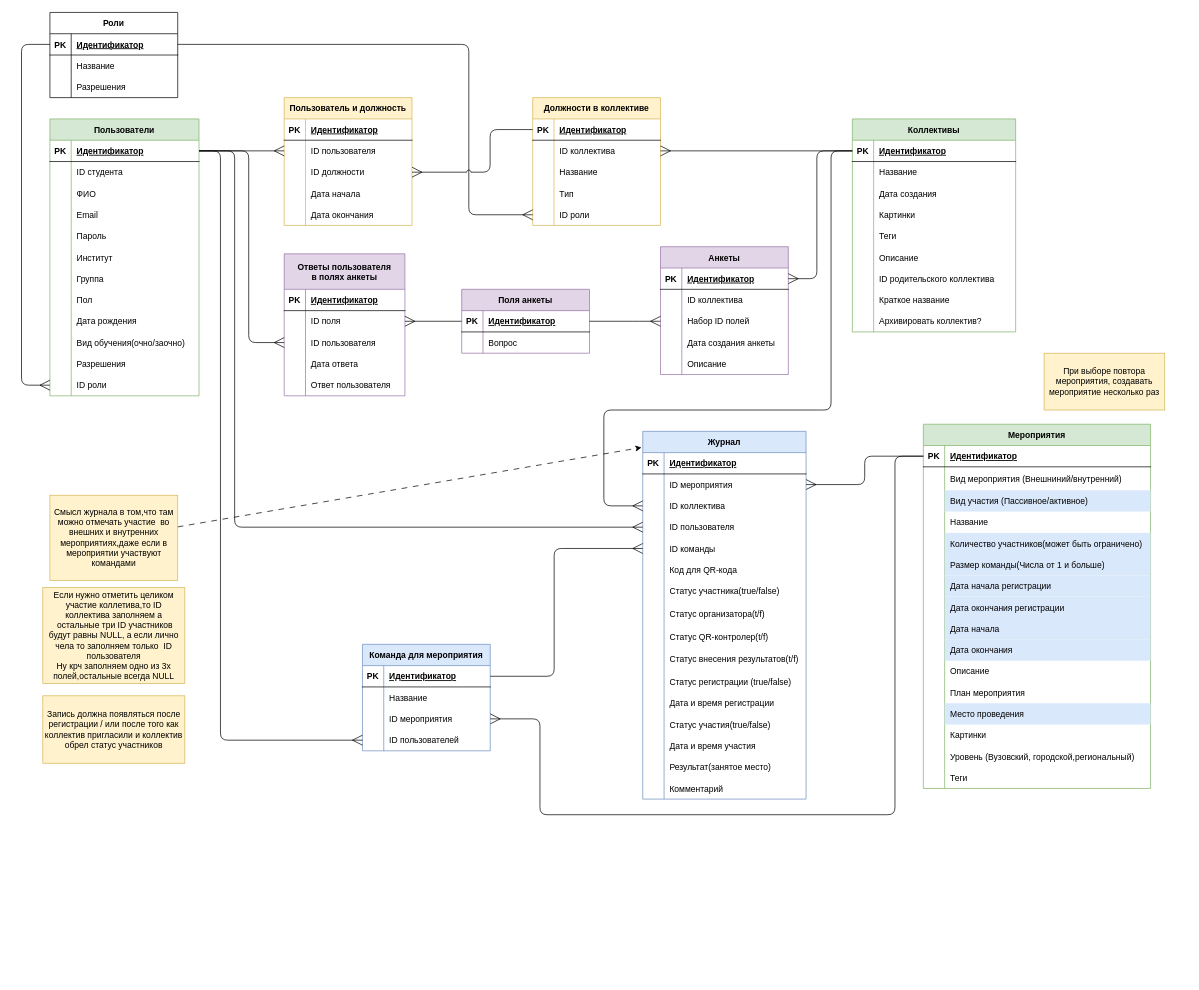
Above: page "Логическая" (1 of 2) of Схема БД.drawio in KomogortsevaYulia/Raiting-Teams-Events (draw.io), before the change. Source tidied: cells renumbered, new cells numbered last; positions are measured from the earlier drawing's top-left corner, leaving out a move shared by most shapes. Both pictures are drawn from the tidied source at 71%, with x=0, y=0 at pixel (21, 12).
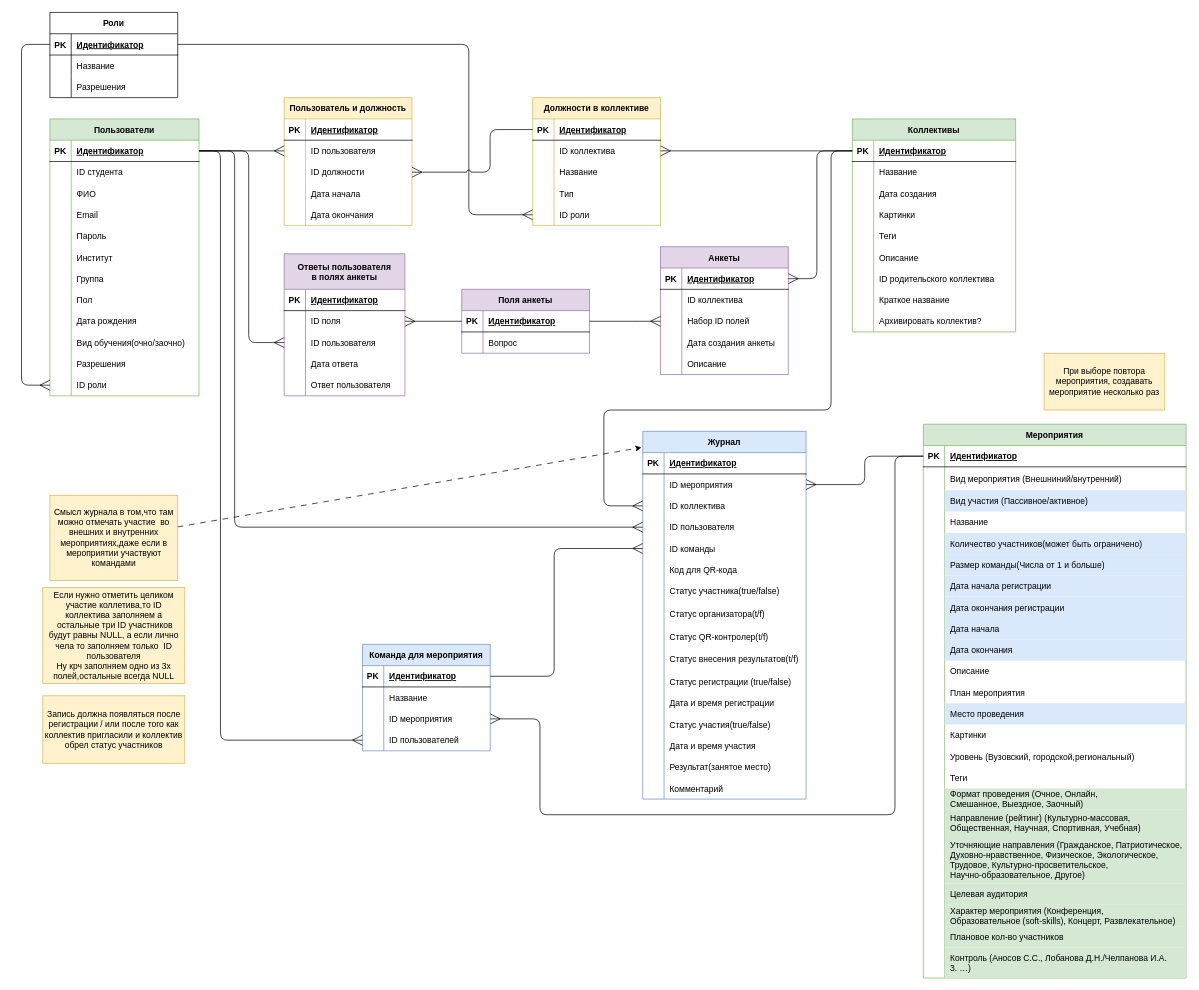
Above is the later version.

Change to the diagram source:
```diff
@@
     <mxCell id="39" value="Мероприятия" style="shape=table;startSize=30;childLayout=tableLayout;rowLines=0;fontStyle=1;align=center;fillColor=#d5e8d4;strokeColor=#82b366;" parent="1" vertex="1">
-      <mxGeometry x="1270" y="580" width="320" height="513" as="geometry" />
+      <mxGeometry x="1270" y="580" width="370" height="780" as="geometry" />
     </mxCell>
     <mxCell id="40" style="shape=tableRow;horizontal=0;startSize=0;swimlaneHead=0;swimlaneBody=0;fillColor=none;points=[[0,0.5],[1,0.5]];portConstraint=eastwest;top=0;left=0;right=0;bottom=1;" parent="39" vertex="1">
-      <mxGeometry y="30" width="320" height="30" as="geometry" />
+      <mxGeometry y="30" width="370" height="30" as="geometry" />
     </mxCell>
@@
     <mxCell id="42" value="Идентификатор" style="shape=partialRectangle;fillColor=none;top=0;left=0;bottom=0;right=0;align=left;spacingLeft=6;fontStyle=5;overflow=hidden;" parent="40" vertex="1">
-      <mxGeometry x="30" width="290" height="30" as="geometry" />
+      <mxGeometry x="30" width="340" height="30" as="geometry" />
     </mxCell>
     <mxCell id="43" style="shape=tableRow;horizontal=0;startSize=0;swimlaneHead=0;swimlaneBody=0;fillColor=none;top=0;left=0;right=0;bottom=0;" parent="39" vertex="1">
-      <mxGeometry y="60" width="320" height="33" as="geometry" />
+      <mxGeometry y="60" width="370" height="33" as="geometry" />
     </mxCell>
@@
     <mxCell id="45" value="Вид мероприятия (Внешниний/внутренний)" style="shape=partialRectangle;fillColor=none;top=0;left=0;bottom=0;right=0;align=left;spacingLeft=6;overflow=hidden;" parent="43" vertex="1">
-      <mxGeometry x="30" width="290" height="33" as="geometry" />
+      <mxGeometry x="30" width="340" height="33" as="geometry" />
     </mxCell>
     <mxCell id="46" style="shape=tableRow;horizontal=0;startSize=0;swimlaneHead=0;swimlaneBody=0;fillColor=none;top=0;left=0;right=0;bottom=0;" parent="39" vertex="1">
-      <mxGeometry y="93" width="320" height="30" as="geometry" />
+      <mxGeometry y="93" width="370" height="30" as="geometry" />
     </mxCell>
@@
     <mxCell id="48" value="Вид участия (Пассивное/активное)" style="shape=partialRectangle;fillColor=#dae8fc;top=0;left=0;bottom=0;right=0;align=left;spacingLeft=6;overflow=hidden;strokeColor=#6c8ebf;" parent="46" vertex="1">
-      <mxGeometry x="30" width="290" height="30" as="geometry" />
+      <mxGeometry x="30" width="340" height="30" as="geometry" />
     </mxCell>
     <mxCell id="49" style="shape=tableRow;horizontal=0;startSize=0;swimlaneHead=0;swimlaneBody=0;fillColor=none;top=0;left=0;right=0;bottom=0;" parent="39" vertex="1">
-      <mxGeometry y="123" width="320" height="30" as="geometry" />
+      <mxGeometry y="123" width="370" height="30" as="geometry" />
     </mxCell>
@@
     <mxCell id="51" value="Название" style="shape=partialRectangle;fillColor=none;top=0;left=0;bottom=0;right=0;align=left;spacingLeft=6;overflow=hidden;" parent="49" vertex="1">
-      <mxGeometry x="30" width="290" height="30" as="geometry" />
+      <mxGeometry x="30" width="340" height="30" as="geometry" />
     </mxCell>
     <mxCell id="52" style="shape=tableRow;horizontal=0;startSize=0;swimlaneHead=0;swimlaneBody=0;fillColor=none;top=0;left=0;right=0;bottom=0;" parent="39" vertex="1">
-      <mxGeometry y="153" width="320" height="30" as="geometry" />
+      <mxGeometry y="153" width="370" height="30" as="geometry" />
     </mxCell>
@@
     <mxCell id="54" value="Количество участников(может быть ограничено)" style="shape=partialRectangle;fillColor=#dae8fc;top=0;left=0;bottom=0;right=0;align=left;spacingLeft=6;overflow=hidden;strokeColor=#6c8ebf;" parent="52" vertex="1">
-      <mxGeometry x="30" width="290" height="30" as="geometry" />
+      <mxGeometry x="30" width="340" height="30" as="geometry" />
     </mxCell>
     <mxCell id="55" style="shape=tableRow;horizontal=0;startSize=0;swimlaneHead=0;swimlaneBody=0;fillColor=none;top=0;left=0;right=0;bottom=0;" parent="39" vertex="1">
-      <mxGeometry y="183" width="320" height="30" as="geometry" />
+      <mxGeometry y="183" width="370" height="30" as="geometry" />
     </mxCell>
@@
     <mxCell id="57" value="Размер команды(Числа от 1 и больше)" style="shape=partialRectangle;fillColor=#dae8fc;top=0;left=0;bottom=0;right=0;align=left;spacingLeft=6;overflow=hidden;strokeColor=#6c8ebf;" parent="55" vertex="1">
-      <mxGeometry x="30" width="290" height="30" as="geometry" />
+      <mxGeometry x="30" width="340" height="30" as="geometry" />
     </mxCell>
     <mxCell id="58" style="shape=tableRow;horizontal=0;startSize=0;swimlaneHead=0;swimlaneBody=0;fillColor=none;top=0;left=0;right=0;bottom=0;" parent="39" vertex="1">
-      <mxGeometry y="213" width="320" height="30" as="geometry" />
+      <mxGeometry y="213" width="370" height="30" as="geometry" />
     </mxCell>
@@
     <mxCell id="60" value="Дата начала регистрации" style="shape=partialRectangle;fillColor=#dae8fc;top=0;left=0;bottom=0;right=0;align=left;spacingLeft=6;overflow=hidden;strokeColor=#6c8ebf;" parent="58" vertex="1">
-      <mxGeometry x="30" width="290" height="30" as="geometry" />
+      <mxGeometry x="30" width="340" height="30" as="geometry" />
     </mxCell>
     <mxCell id="61" style="shape=tableRow;horizontal=0;startSize=0;swimlaneHead=0;swimlaneBody=0;fillColor=none;top=0;left=0;right=0;bottom=0;" parent="39" vertex="1">
-      <mxGeometry y="243" width="320" height="30" as="geometry" />
+      <mxGeometry y="243" width="370" height="30" as="geometry" />
     </mxCell>
@@
     <mxCell id="63" value="Дата окончания регистрации" style="shape=partialRectangle;fillColor=#dae8fc;top=0;left=0;bottom=0;right=0;align=left;spacingLeft=6;overflow=hidden;strokeColor=#6c8ebf;" parent="61" vertex="1">
-      <mxGeometry x="30" width="290" height="30" as="geometry" />
+      <mxGeometry x="30" width="340" height="30" as="geometry" />
     </mxCell>
     <mxCell id="64" style="shape=tableRow;horizontal=0;startSize=0;swimlaneHead=0;swimlaneBody=0;fillColor=none;top=0;left=0;right=0;bottom=0;" parent="39" vertex="1">
-      <mxGeometry y="273" width="320" height="30" as="geometry" />
+      <mxGeometry y="273" width="370" height="30" as="geometry" />
     </mxCell>
@@
     <mxCell id="66" value="Дата начала" style="shape=partialRectangle;fillColor=#dae8fc;top=0;left=0;bottom=0;right=0;align=left;spacingLeft=6;overflow=hidden;strokeColor=#6c8ebf;" parent="64" vertex="1">
-      <mxGeometry x="30" width="290" height="30" as="geometry" />
+      <mxGeometry x="30" width="340" height="30" as="geometry" />
     </mxCell>
     <mxCell id="67" style="shape=tableRow;horizontal=0;startSize=0;swimlaneHead=0;swimlaneBody=0;fillColor=none;top=0;left=0;right=0;bottom=0;" parent="39" vertex="1">
-      <mxGeometry y="303" width="320" height="30" as="geometry" />
+      <mxGeometry y="303" width="370" height="30" as="geometry" />
     </mxCell>
@@
     <mxCell id="69" value="Дата окончания" style="shape=partialRectangle;fillColor=#dae8fc;top=0;left=0;bottom=0;right=0;align=left;spacingLeft=6;overflow=hidden;strokeColor=#6c8ebf;" parent="67" vertex="1">
-      <mxGeometry x="30" width="290" height="30" as="geometry" />
+      <mxGeometry x="30" width="340" height="30" as="geometry" />
     </mxCell>
     <mxCell id="70" style="shape=tableRow;horizontal=0;startSize=0;swimlaneHead=0;swimlaneBody=0;fillColor=none;top=0;left=0;right=0;bottom=0;" parent="39" vertex="1">
-      <mxGeometry y="333" width="320" height="30" as="geometry" />
+      <mxGeometry y="333" width="370" height="30" as="geometry" />
     </mxCell>
@@
     <mxCell id="72" value="Описание" style="shape=partialRectangle;fillColor=none;top=0;left=0;bottom=0;right=0;align=left;spacingLeft=6;overflow=hidden;" parent="70" vertex="1">
-      <mxGeometry x="30" width="290" height="30" as="geometry" />
+      <mxGeometry x="30" width="340" height="30" as="geometry" />
     </mxCell>
     <mxCell id="73" style="shape=tableRow;horizontal=0;startSize=0;swimlaneHead=0;swimlaneBody=0;fillColor=none;top=0;left=0;right=0;bottom=0;" parent="39" vertex="1">
-      <mxGeometry y="363" width="320" height="30" as="geometry" />
+      <mxGeometry y="363" width="370" height="30" as="geometry" />
     </mxCell>
@@
     <mxCell id="75" value="План мероприятия" style="shape=partialRectangle;fillColor=none;top=0;left=0;bottom=0;right=0;align=left;spacingLeft=6;overflow=hidden;" parent="73" vertex="1">
-      <mxGeometry x="30" width="290" height="30" as="geometry" />
+      <mxGeometry x="30" width="340" height="30" as="geometry" />
     </mxCell>
     <mxCell id="76" style="shape=tableRow;horizontal=0;startSize=0;swimlaneHead=0;swimlaneBody=0;fillColor=none;top=0;left=0;right=0;bottom=0;" parent="39" vertex="1">
-      <mxGeometry y="393" width="320" height="30" as="geometry" />
+      <mxGeometry y="393" width="370" height="30" as="geometry" />
     </mxCell>
@@
     <mxCell id="78" value="Место проведения" style="shape=partialRectangle;fillColor=#dae8fc;top=0;left=0;bottom=0;right=0;align=left;spacingLeft=6;overflow=hidden;strokeColor=#6c8ebf;" parent="76" vertex="1">
-      <mxGeometry x="30" width="290" height="30" as="geometry" />
+      <mxGeometry x="30" width="340" height="30" as="geometry" />
     </mxCell>
     <mxCell id="79" style="shape=tableRow;horizontal=0;startSize=0;swimlaneHead=0;swimlaneBody=0;fillColor=none;top=0;left=0;right=0;bottom=0;" parent="39" vertex="1">
-      <mxGeometry y="423" width="320" height="30" as="geometry" />
+      <mxGeometry y="423" width="370" height="30" as="geometry" />
     </mxCell>
@@
     <mxCell id="81" value="Картинки" style="shape=partialRectangle;fillColor=none;top=0;left=0;bottom=0;right=0;align=left;spacingLeft=6;overflow=hidden;" parent="79" vertex="1">
-      <mxGeometry x="30" width="290" height="30" as="geometry" />
+      <mxGeometry x="30" width="340" height="30" as="geometry" />
     </mxCell>
     <mxCell id="82" style="shape=tableRow;horizontal=0;startSize=0;swimlaneHead=0;swimlaneBody=0;fillColor=none;top=0;left=0;right=0;bottom=0;" parent="39" vertex="1">
-      <mxGeometry y="453" width="320" height="30" as="geometry" />
+      <mxGeometry y="453" width="370" height="30" as="geometry" />
     </mxCell>
@@
     <mxCell id="84" value="Уровень (Вузовский, городской,региональный)" style="shape=partialRectangle;fillColor=none;top=0;left=0;bottom=0;right=0;align=left;spacingLeft=6;overflow=hidden;" parent="82" vertex="1">
-      <mxGeometry x="30" width="290" height="30" as="geometry" />
+      <mxGeometry x="30" width="340" height="30" as="geometry" />
     </mxCell>
+    <mxCell id="279" style="shape=tableRow;horizontal=0;startSize=0;swimlaneHead=0;swimlaneBody=0;fillColor=none;top=0;left=0;right=0;bottom=0;" parent="39" vertex="1">
+      <mxGeometry y="483" width="370" height="30" as="geometry" />
+    </mxCell>
+    <mxCell id="280" style="shape=partialRectangle;fillColor=none;top=0;left=0;bottom=0;right=0;overflow=hidden;" parent="279" vertex="1">
+      <mxGeometry width="30" height="30" as="geometry" />
+    </mxCell>
+    <mxCell id="281" value="Теги" style="shape=partialRectangle;fillColor=none;top=0;left=0;bottom=0;right=0;align=left;spacingLeft=6;overflow=hidden;" parent="279" vertex="1">
+      <mxGeometry x="30" width="340" height="30" as="geometry" />
+    </mxCell>
+    <mxCell id="282" style="shape=tableRow;horizontal=0;startSize=0;swimlaneHead=0;swimlaneBody=0;fillColor=none;top=0;left=0;right=0;bottom=0;" parent="39" vertex="1">
+      <mxGeometry y="513" width="370" height="30" as="geometry" />
+    </mxCell>
+    <mxCell id="283" style="shape=partialRectangle;fillColor=none;top=0;left=0;bottom=0;right=0;overflow=hidden;" parent="282" vertex="1">
+      <mxGeometry width="30" height="30" as="geometry" />
+    </mxCell>
+    <mxCell id="284" value="Формат проведения (Очное, Онлайн, &#10;Смешанное, Выездное, Заочный)" style="shape=partialRectangle;fillColor=#d5e8d4;top=0;left=0;bottom=0;right=0;align=left;spacingLeft=6;overflow=hidden;strokeColor=#82b366;" parent="282" vertex="1">
+      <mxGeometry x="30" width="340" height="30" as="geometry" />
+    </mxCell>
+    <mxCell id="285" style="shape=tableRow;horizontal=0;startSize=0;swimlaneHead=0;swimlaneBody=0;fillColor=none;top=0;left=0;right=0;bottom=0;" parent="39" vertex="1">
+      <mxGeometry y="543" width="370" height="37" as="geometry" />
+    </mxCell>
+    <mxCell id="286" style="shape=partialRectangle;fillColor=none;top=0;left=0;bottom=0;right=0;overflow=hidden;" parent="285" vertex="1">
+      <mxGeometry width="30" height="37" as="geometry" />
+    </mxCell>
+    <mxCell id="287" value="Направление (рейтинг) (Культурно-массовая,&#10;Общественная, Научная, Спортивная, Учебная)" style="shape=partialRectangle;fillColor=#d5e8d4;top=0;left=0;bottom=0;right=0;align=left;spacingLeft=6;overflow=hidden;strokeColor=#82b366;" parent="285" vertex="1">
+      <mxGeometry x="30" width="340" height="37" as="geometry" />
+    </mxCell>
+    <mxCell id="288" style="shape=tableRow;horizontal=0;startSize=0;swimlaneHead=0;swimlaneBody=0;fillColor=none;top=0;left=0;right=0;bottom=0;" parent="39" vertex="1">
+      <mxGeometry y="580" width="370" height="67" as="geometry" />
+    </mxCell>
+    <mxCell id="289" style="shape=partialRectangle;fillColor=none;top=0;left=0;bottom=0;right=0;overflow=hidden;" parent="288" vertex="1">
+      <mxGeometry width="30" height="67" as="geometry" />
+    </mxCell>
+    <mxCell id="290" value="Уточняющие направления (Гражданское, Патриотическое,&#10;Духовно-нравственное, Физическое, Экологическое,&#10;Трудовое, Культурно-просветительское, &#10;Научно-образовательное, Другое)" style="shape=partialRectangle;fillColor=#d5e8d4;top=0;left=0;bottom=0;right=0;align=left;spacingLeft=6;overflow=hidden;strokeColor=#82b366;" parent="288" vertex="1">
+      <mxGeometry x="30" width="340" height="67" as="geometry" />
+    </mxCell>
+    <mxCell id="291" style="shape=tableRow;horizontal=0;startSize=0;swimlaneHead=0;swimlaneBody=0;fillColor=none;top=0;left=0;right=0;bottom=0;" parent="39" vertex="1">
+      <mxGeometry y="647" width="370" height="30" as="geometry" />
+    </mxCell>
+    <mxCell id="292" style="shape=partialRectangle;fillColor=none;top=0;left=0;bottom=0;right=0;overflow=hidden;" parent="291" vertex="1">
+      <mxGeometry width="30" height="30" as="geometry" />
+    </mxCell>
+    <mxCell id="293" value="Целевая аудитория" style="shape=partialRectangle;fillColor=#d5e8d4;top=0;left=0;bottom=0;right=0;align=left;spacingLeft=6;overflow=hidden;strokeColor=#82b366;" parent="291" vertex="1">
+      <mxGeometry x="30" width="340" height="30" as="geometry" />
+    </mxCell>
+    <mxCell id="294" style="shape=tableRow;horizontal=0;startSize=0;swimlaneHead=0;swimlaneBody=0;fillColor=none;top=0;left=0;right=0;bottom=0;" parent="39" vertex="1">
+      <mxGeometry y="677" width="370" height="30" as="geometry" />
+    </mxCell>
+    <mxCell id="295" style="shape=partialRectangle;fillColor=none;top=0;left=0;bottom=0;right=0;overflow=hidden;" parent="294" vertex="1">
+      <mxGeometry width="30" height="30" as="geometry" />
+    </mxCell>
+    <mxCell id="296" value="Характер мероприятия (Конференция,&#10;Образовательное (soft-skills), Концерт, Развлекательное)" style="shape=partialRectangle;fillColor=#d5e8d4;top=0;left=0;bottom=0;right=0;align=left;spacingLeft=6;overflow=hidden;strokeColor=#82b366;" parent="294" vertex="1">
+      <mxGeometry x="30" width="340" height="30" as="geometry" />
+    </mxCell>
+    <mxCell id="297" style="shape=tableRow;horizontal=0;startSize=0;swimlaneHead=0;swimlaneBody=0;fillColor=none;top=0;left=0;right=0;bottom=0;" parent="39" vertex="1">
+      <mxGeometry y="707" width="370" height="30" as="geometry" />
+    </mxCell>
+    <mxCell id="298" style="shape=partialRectangle;fillColor=none;top=0;left=0;bottom=0;right=0;overflow=hidden;" parent="297" vertex="1">
+      <mxGeometry width="30" height="30" as="geometry" />
+    </mxCell>
+    <mxCell id="299" value="Плановое кол-во участников" style="shape=partialRectangle;fillColor=#d5e8d4;top=0;left=0;bottom=0;right=0;align=left;spacingLeft=6;overflow=hidden;strokeColor=#82b366;" parent="297" vertex="1">
+      <mxGeometry x="30" width="340" height="30" as="geometry" />
+    </mxCell>
     <mxCell id="85" style="shape=tableRow;horizontal=0;startSize=0;swimlaneHead=0;swimlaneBody=0;fillColor=none;top=0;left=0;right=0;bottom=0;" parent="39" vertex="1">
-      <mxGeometry y="483" width="320" height="30" as="geometry" />
+      <mxGeometry y="737" width="370" height="43" as="geometry" />
     </mxCell>
     <mxCell id="86" style="shape=partialRectangle;fillColor=none;top=0;left=0;bottom=0;right=0;overflow=hidden;" parent="85" vertex="1">
-      <mxGeometry width="30" height="30" as="geometry" />
+      <mxGeometry width="30" height="43" as="geometry" />
     </mxCell>
-    <mxCell id="87" value="Теги" style="shape=partialRectangle;fillColor=none;top=0;left=0;bottom=0;right=0;align=left;spacingLeft=6;overflow=hidden;" parent="85" vertex="1">
-      <mxGeometry x="30" width="290" height="30" as="geometry" />
+    <mxCell id="87" value="Контроль (Аносов С.С., Лобанова Д.Н./Челпанова И.А.&#10;3. …)" style="shape=partialRectangle;fillColor=#d5e8d4;top=0;left=0;bottom=0;right=0;align=left;spacingLeft=6;overflow=hidden;strokeColor=#82b366;" parent="85" vertex="1">
+      <mxGeometry x="30" width="340" height="43" as="geometry" />
     </mxCell>
```
